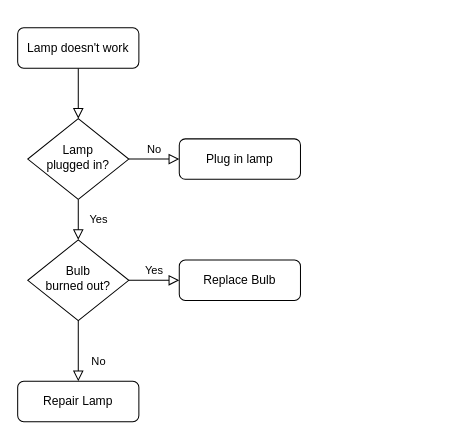
Above: Untitled Diagram.drawio in QiuBingCheng/AntColonySimulation (draw.io), before the change. Source tidied: cells renumbered, new cells numbered last; positions are measured from the earlier drawing's top-left corner, leaving out a move shared by most shapes. Both pictures are drawn from the tidied source at 101%, with x=0, y=0 at pixel (17, 27).
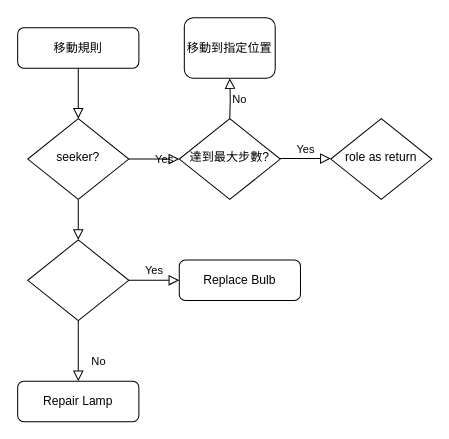
After the change.

Change to the diagram source:
```diff
@@
 <mxGraphModel>
   <root>
     <mxCell id="0" />
     <mxCell id="1" parent="0" />
+    <mxCell id="13" value="Yes" style="edgeStyle=orthogonalEdgeStyle;rounded=0;html=1;jettySize=auto;orthogonalLoop=1;fontSize=11;endArrow=block;endFill=0;endSize=8;strokeWidth=1;shadow=0;labelBackgroundColor=none;" parent="1" edge="1">
+      <mxGeometry y="10" relative="1" as="geometry">
+        <mxPoint x="260" y="129.5" as="sourcePoint" />
+        <mxPoint x="310" y="129.5" as="targetPoint" />
+      </mxGeometry>
+    </mxCell>
     <mxCell id="2" style="rounded=0;html=1;jettySize=auto;fontSize=11;endArrow=block;endFill=0;endSize=8;strokeWidth=1;shadow=0;labelBackgroundColor=none;edgeStyle=orthogonalEdgeStyle;" parent="1" edge="1" source="3" target="6">
       <mxGeometry relative="1" as="geometry" />
     </mxCell>
-    <mxCell id="3" value="Lamp doesn't work" style="rounded=1;whiteSpace=wrap;html=1;fontSize=12;glass=0;strokeWidth=1;shadow=0;" parent="1" vertex="1">
+    <mxCell id="3" value="移動規則" style="rounded=1;whiteSpace=wrap;html=1;fontSize=12;glass=0;strokeWidth=1;shadow=0;" parent="1" vertex="1">
       <mxGeometry width="120" height="40" as="geometry" />
     </mxCell>
-    <mxCell id="4" value="Yes" style="rounded=0;html=1;jettySize=auto;fontSize=11;endArrow=block;endFill=0;endSize=8;strokeWidth=1;shadow=0;labelBackgroundColor=none;edgeStyle=orthogonalEdgeStyle;" parent="1" edge="1" source="6" target="10">
-      <mxGeometry y="20" relative="1" as="geometry" />
+    <mxCell id="4" value="Yes" style="rounded=0;html=1;jettySize=auto;fontSize=11;endArrow=block;endFill=0;endSize=8;strokeWidth=1;shadow=0;labelBackgroundColor=none;edgeStyle=orthogonalEdgeStyle;noLabel=1;fontColor=none;" parent="1" edge="1" source="6" target="10">
+      <mxGeometry y="30" relative="1" as="geometry" />
     </mxCell>
-    <mxCell id="5" value="No" style="edgeStyle=orthogonalEdgeStyle;rounded=0;html=1;jettySize=auto;fontSize=11;endArrow=block;endFill=0;endSize=8;strokeWidth=1;shadow=0;labelBackgroundColor=none;" parent="1" edge="1" source="6" target="7">
-      <mxGeometry y="10" relative="1" as="geometry" />
+    <mxCell id="5" value="Yes" style="edgeStyle=orthogonalEdgeStyle;rounded=0;html=1;jettySize=auto;fontSize=11;endArrow=block;endFill=0;endSize=8;strokeWidth=1;shadow=0;labelBackgroundColor=none;" parent="1" edge="1" source="6">
+      <mxGeometry y="10" relative="1" as="geometry">
+        <mxPoint x="160" y="130" as="targetPoint" />
+      </mxGeometry>
     </mxCell>
-    <mxCell id="6" value="Lamp&lt;br&gt;plugged in?" style="rhombus;whiteSpace=wrap;html=1;shadow=0;fontFamily=Helvetica;fontSize=12;align=center;strokeWidth=1;spacing=6;spacingTop=-4;" parent="1" vertex="1">
+    <mxCell id="6" value="seeker?" style="rhombus;whiteSpace=wrap;html=1;shadow=0;fontFamily=Helvetica;fontSize=12;align=center;strokeWidth=1;spacing=6;spacingTop=-4;" parent="1" vertex="1">
       <mxGeometry x="10" y="90" width="100" height="80" as="geometry" />
     </mxCell>
-    <mxCell id="7" value="Plug in lamp" style="rounded=1;whiteSpace=wrap;html=1;fontSize=12;glass=0;strokeWidth=1;shadow=0;" parent="1" vertex="1">
-      <mxGeometry x="160" y="110" width="120" height="40" as="geometry" />
-    </mxCell>
     <mxCell id="8" value="No" style="rounded=0;html=1;jettySize=auto;fontSize=11;endArrow=block;endFill=0;endSize=8;strokeWidth=1;shadow=0;labelBackgroundColor=none;edgeStyle=orthogonalEdgeStyle;" parent="1" edge="1" source="10" target="11">
       <mxGeometry x="0.33" y="20" relative="1" as="geometry" />
     </mxCell>
     <mxCell id="9" value="Yes" style="edgeStyle=orthogonalEdgeStyle;rounded=0;html=1;jettySize=auto;fontSize=11;endArrow=block;endFill=0;endSize=8;strokeWidth=1;shadow=0;labelBackgroundColor=none;" parent="1" edge="1" source="10" target="12">
       <mxGeometry y="10" relative="1" as="geometry" />
     </mxCell>
-    <mxCell id="10" value="Bulb&lt;br&gt;burned out?" style="rhombus;whiteSpace=wrap;html=1;shadow=0;fontFamily=Helvetica;fontSize=12;align=center;strokeWidth=1;spacing=6;spacingTop=-4;" parent="1" vertex="1">
+    <mxCell id="10" style="rhombus;whiteSpace=wrap;html=1;shadow=0;fontFamily=Helvetica;fontSize=12;align=center;strokeWidth=1;spacing=6;spacingTop=-4;" parent="1" vertex="1">
       <mxGeometry x="10" y="210" width="100" height="80" as="geometry" />
     </mxCell>
     <mxCell id="11" value="Repair Lamp" style="rounded=1;whiteSpace=wrap;html=1;fontSize=12;glass=0;strokeWidth=1;shadow=0;" parent="1" vertex="1">
       <mxGeometry y="350" width="120" height="40" as="geometry" />
     </mxCell>
     <mxCell id="12" value="Replace Bulb" style="rounded=1;whiteSpace=wrap;html=1;fontSize=12;glass=0;strokeWidth=1;shadow=0;" parent="1" vertex="1">
       <mxGeometry x="160" y="230" width="120" height="40" as="geometry" />
     </mxCell>
+    <mxCell id="14" value="No" style="edgeStyle=orthogonalEdgeStyle;rounded=0;orthogonalLoop=1;jettySize=auto;html=1;shadow=0;labelBackgroundColor=none;endArrow=block;endFill=0;endSize=8;strokeWidth=1;verticalAlign=middle;align=left;" parent="1" edge="1">
+      <mxGeometry relative="1" as="geometry">
+        <mxPoint x="210" y="90" as="sourcePoint" />
+        <mxPoint x="210" y="50" as="targetPoint" />
+      </mxGeometry>
+    </mxCell>
+    <mxCell id="15" value="達到最大步數?" style="rhombus;whiteSpace=wrap;html=1;shadow=0;fontFamily=Helvetica;fontSize=12;align=center;strokeWidth=1;spacing=6;spacingTop=-4;" parent="1" vertex="1">
+      <mxGeometry x="160" y="90" width="100" height="80" as="geometry" />
+    </mxCell>
+    <mxCell id="16" value="role as return" style="rhombus;whiteSpace=wrap;html=1;shadow=0;fontFamily=Helvetica;fontSize=12;align=center;strokeWidth=1;spacing=6;spacingTop=-4;" parent="1" vertex="1">
+      <mxGeometry x="310" y="90" width="100" height="80" as="geometry" />
+    </mxCell>
+    <mxCell id="17" value="移動到指定位置" style="rounded=1;whiteSpace=wrap;html=1;fontColor=#000000;" parent="1" vertex="1">
+      <mxGeometry x="165" y="-10" width="90" height="60" as="geometry" />
+    </mxCell>
   </root>
 </mxGraphModel>
```
